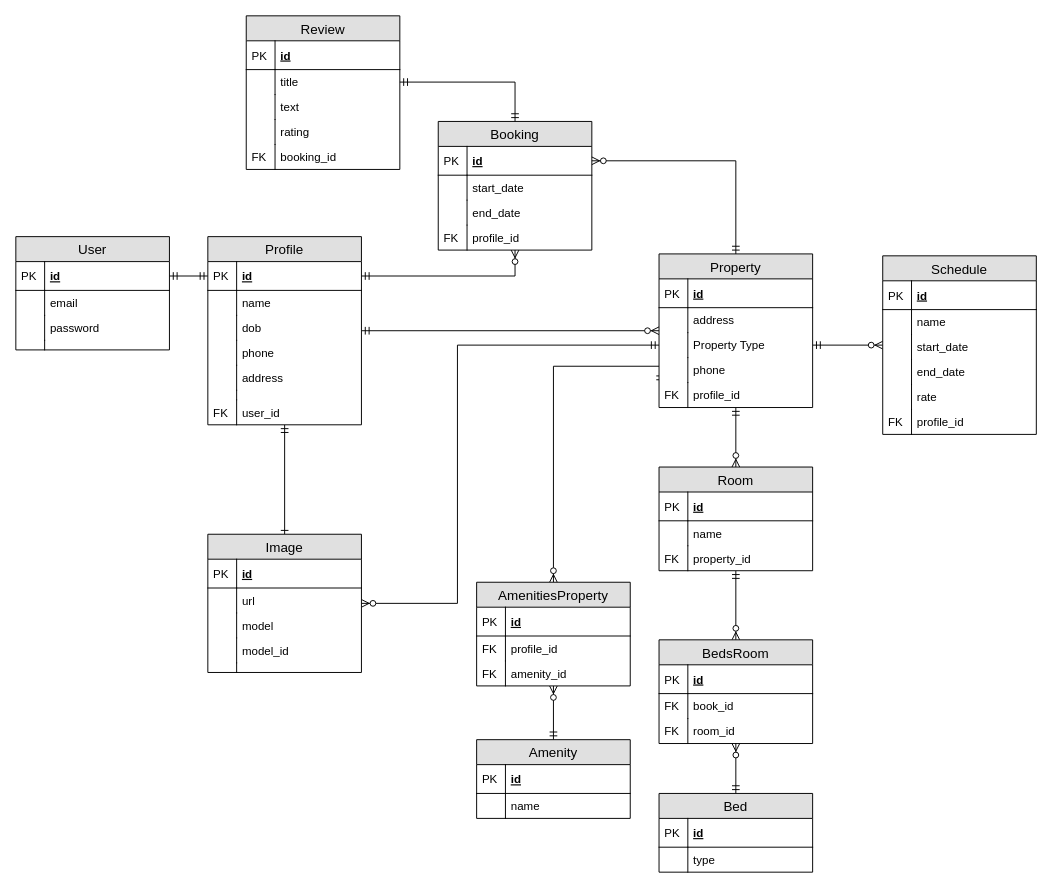
Before: air-bnb-erd.drawio in hirengondhiya/HirenGondhiya_T2A1, a draw.io diagram. Source tidied: cells renumbered, new cells numbered last; positions are measured from the earlier drawing's top-left corner, leaving out a move shared by most shapes. Both pictures are drawn from the tidied source at 96%, with x=0, y=0 at pixel (15, 15).
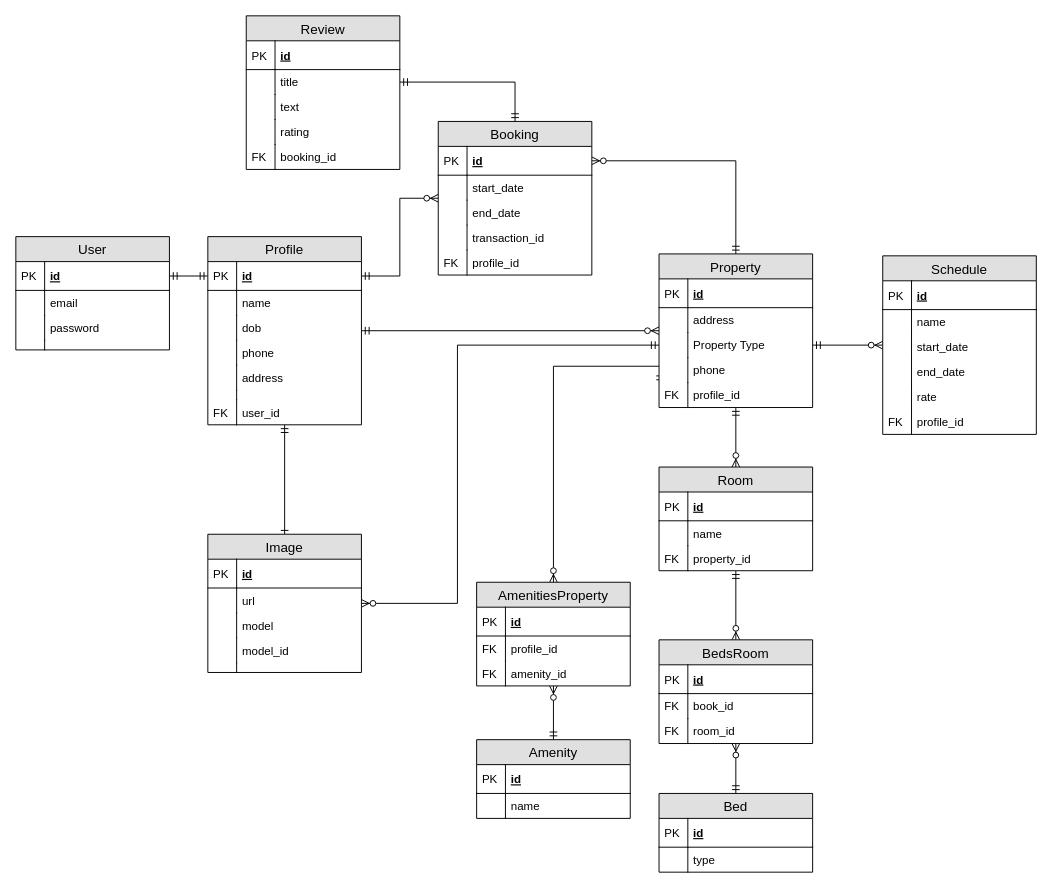
After the change.

Commit message:
added payment bit

Change to the diagram source:
```diff
@@
     <mxCell id="77" value="Booking" style="swimlane;fontStyle=0;horizontal=1;startSize=26;fillColor=#e0e0e0;swimlaneFillColor=#ffffff;align=center;fontSize=14;" parent="1" vertex="1">
-      <mxGeometry x="440" y="110" width="160" height="134" as="geometry" />
+      <mxGeometry x="440" y="110" width="160" height="160" as="geometry" />
     </mxCell>
@@
-    <mxCell id="84" value="profile_id" style="shape=partialRectangle;top=0;left=0;right=0;bottom=0;align=left;verticalAlign=top;fillColor=none;spacingLeft=34;spacingRight=4;overflow=hidden;fontSize=12;" parent="77" vertex="1">
+    <mxCell id="84" value="transaction_id" style="shape=partialRectangle;top=0;left=0;right=0;bottom=0;align=left;verticalAlign=top;fillColor=none;spacingLeft=34;spacingRight=4;overflow=hidden;fontSize=12;" parent="77" vertex="1">
       <mxGeometry y="108" width="160" height="26" as="geometry" />
     </mxCell>
-    <mxCell id="85" value="FK" style="shape=partialRectangle;top=0;left=0;bottom=0;fillColor=none;align=left;verticalAlign=top;spacingLeft=4;spacingRight=4;overflow=hidden;fontSize=12;" parent="84" vertex="1">
+    <mxCell id="85" style="shape=partialRectangle;top=0;left=0;bottom=0;fillColor=none;align=left;verticalAlign=top;spacingLeft=4;spacingRight=4;overflow=hidden;fontSize=12;" parent="84" vertex="1">
       <mxGeometry width="30" height="26" as="geometry" />
     </mxCell>
+    <mxCell id="125" value="profile_id" style="shape=partialRectangle;top=0;left=0;right=0;bottom=0;align=left;verticalAlign=top;fillColor=none;spacingLeft=34;spacingRight=4;overflow=hidden;fontSize=12;" parent="77" vertex="1">
+      <mxGeometry y="134" width="160" height="26" as="geometry" />
+    </mxCell>
+    <mxCell id="126" value="FK" style="shape=partialRectangle;top=0;left=0;bottom=0;fillColor=none;align=left;verticalAlign=top;spacingLeft=4;spacingRight=4;overflow=hidden;fontSize=12;" parent="125" vertex="1">
+      <mxGeometry width="30" height="26" as="geometry" />
+    </mxCell>
```
